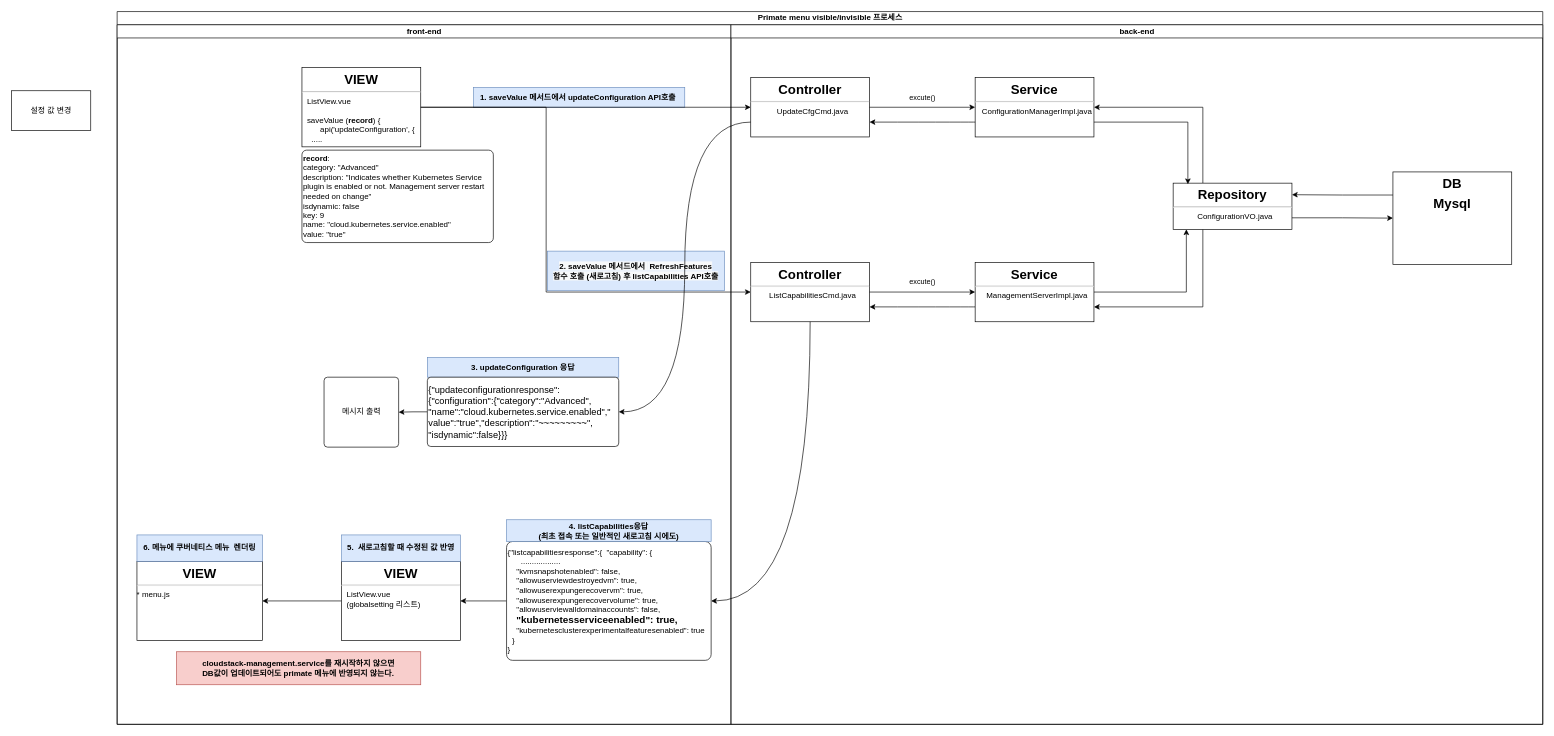
stardom3645/wiki keeps this draw.io diagram as kuber메뉴.drawio. Above is the earlier version. Source tidied: cells renumbered, new cells numbered last; positions are measured from the earlier drawing's top-left corner, leaving out a move shared by most shapes. Both pictures are drawn from the tidied source at 66%, with x=0, y=0 at pixel (11, 11).
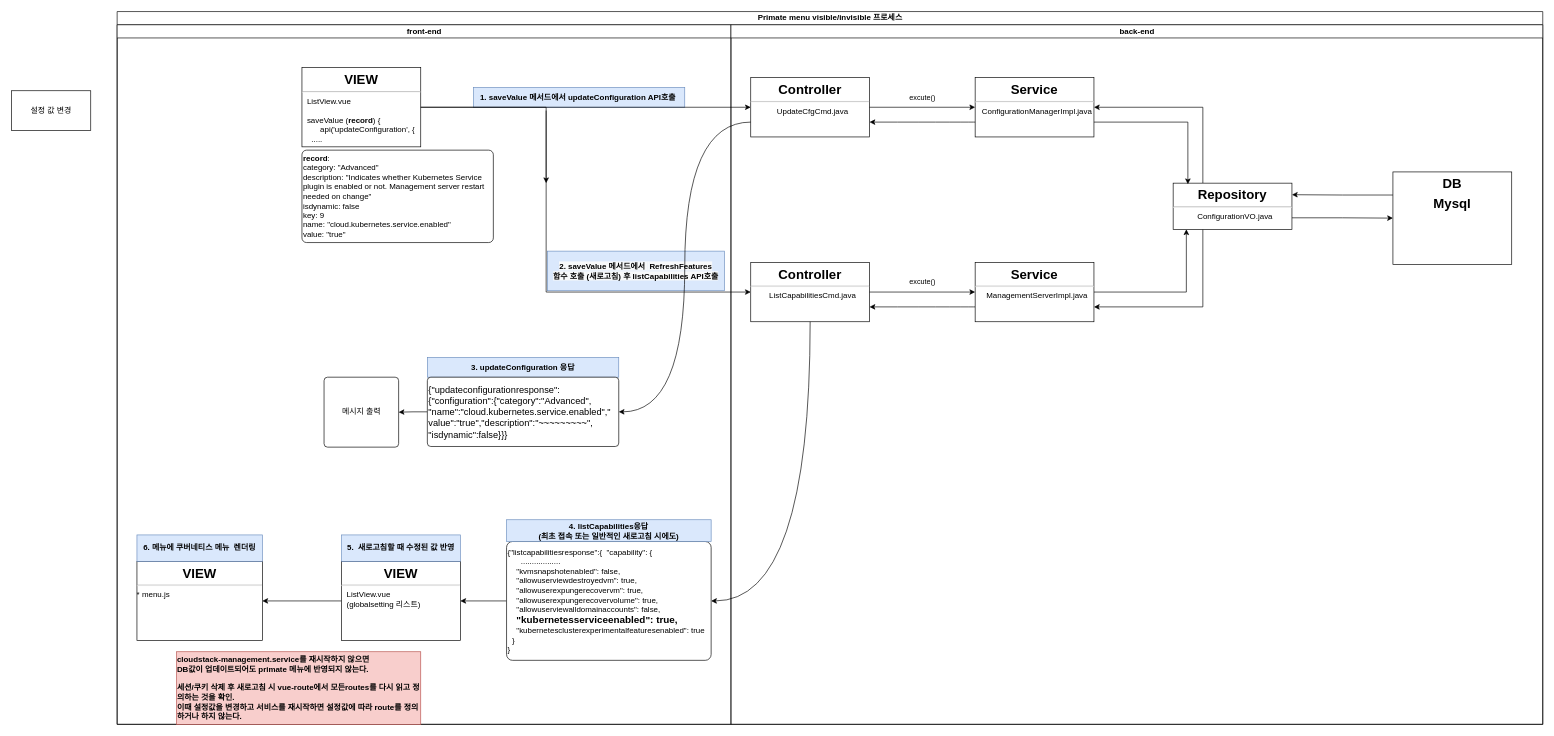
The same diagram, later.

Commit message:
kuber메뉴.drawio 업데이트

The change refers to these unchanged cells:
```xml
<mxCell id="3" value="front-end" style="swimlane;html=1;startSize=20;" parent="2" vertex="1">
  <mxGeometry y="20" width="930" height="1060" as="geometry" />
</mxCell>
```

The edit, as a diff of the source:
```diff
@@
-    <mxCell id="18" value="&lt;div style=&quot;text-align: left&quot;&gt;&lt;span&gt;cloudstack-management.service를 재시작하지 않으면&lt;br&gt;DB값이 업데이트되어도 primate 메뉴에 반영되지 않는다.&lt;/span&gt;&lt;/div&gt;" style="text;html=1;strokeColor=#b85450;fillColor=#f8cecc;align=center;verticalAlign=middle;whiteSpace=wrap;rounded=0;fontStyle=1;" parent="3" vertex="1">
-      <mxGeometry x="90" y="950" width="370" height="50" as="geometry" />
+    <mxCell id="18" value="&lt;div style=&quot;text-align: left&quot;&gt;&lt;span&gt;cloudstack-management.service를 재시작하지 않으면&lt;br&gt;DB값이 업데이트되어도 primate 메뉴에 반영되지 않는다.&lt;/span&gt;&lt;/div&gt;&lt;div style=&quot;text-align: left&quot;&gt;&lt;span&gt;&lt;br&gt;&lt;/span&gt;&lt;/div&gt;&lt;div style=&quot;text-align: left&quot;&gt;세션/쿠키 삭제 후 새로고침 시 vue-route에서 모든routes를 다시 읽고 정의하는 것을 확인.&lt;/div&gt;&lt;div style=&quot;text-align: left&quot;&gt;이때 설정값을 변경하고 서비스를 재시작하면 설정값에 따라 route를 정의하거나 하지 않는다.&lt;/div&gt;" style="text;html=1;strokeColor=#b85450;fillColor=#f8cecc;align=center;verticalAlign=middle;whiteSpace=wrap;rounded=0;fontStyle=1;" parent="3" vertex="1">
+      <mxGeometry x="90" y="950" width="370" height="110" as="geometry" />
     </mxCell>
@@
+    <mxCell id="43" style="endArrow=classic;html=1;" parent="3" edge="1">
+      <mxGeometry relative="1" as="geometry">
+        <mxPoint x="650" y="130" as="sourcePoint" />
+        <mxPoint x="650" y="240" as="targetPoint" />
+      </mxGeometry>
+    </mxCell>
```
